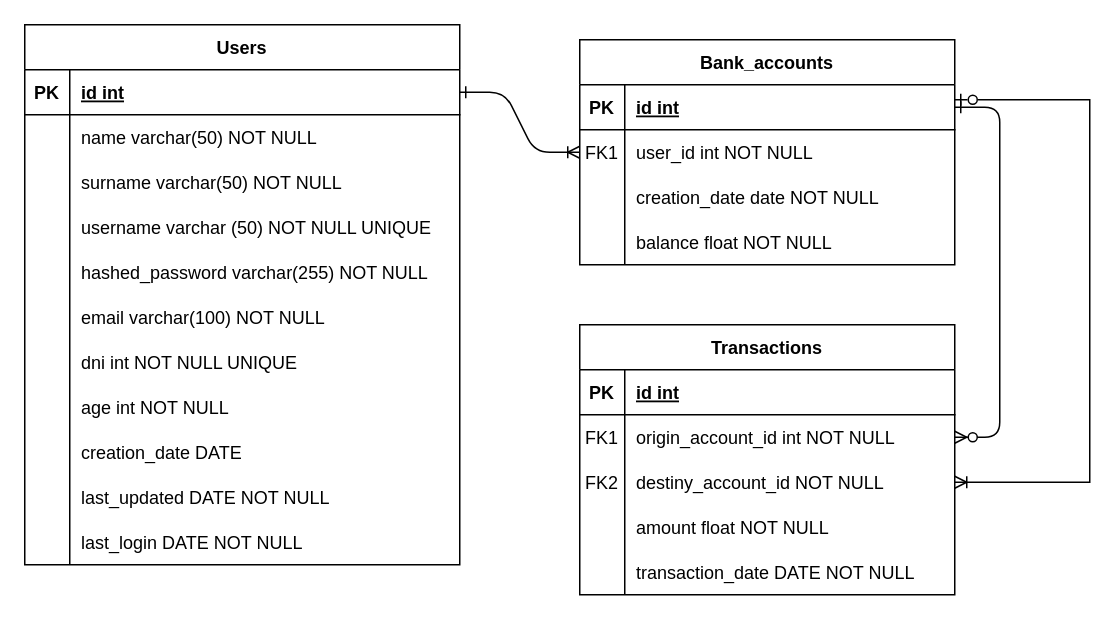
Before: docs/erd_bank.drawio in tomaszbk/fastapi-bank-web-application, a draw.io diagram. Source tidied: cells renumbered, new cells numbered last; positions are measured from the earlier drawing's top-left corner, leaving out a move shared by most shapes. Both pictures are drawn from the tidied source at 150%, with x=0, y=0 at pixel (24, 24).
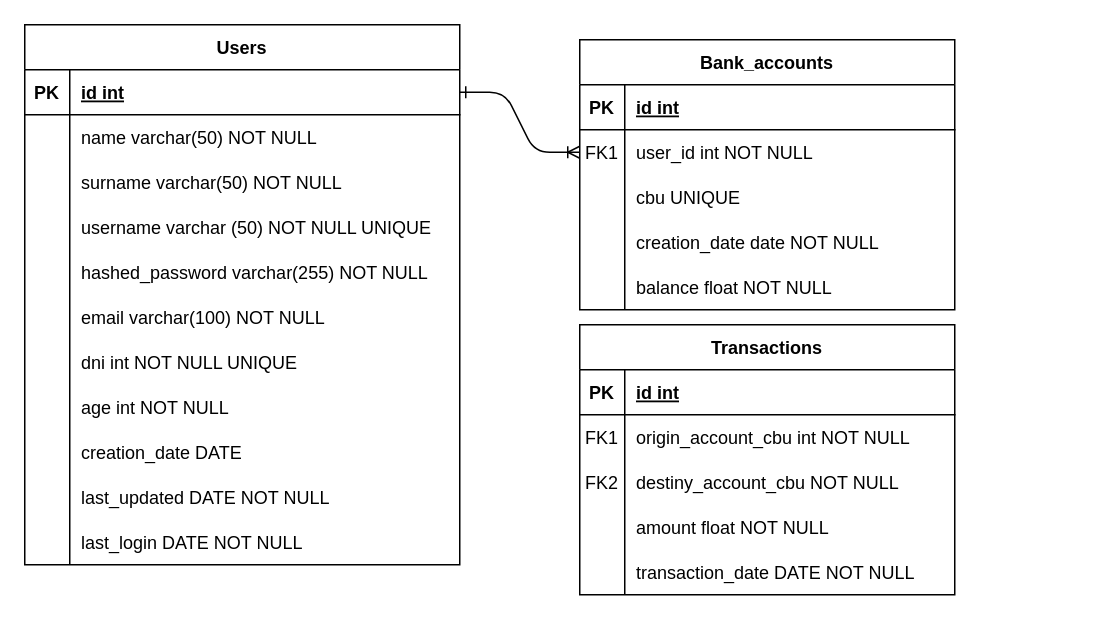
The same page after the edit.

Unchanged cells that the change refers to:
```xml
<mxCell id="5" style="shape=partialRectangle;fillColor=none;points=[[0,0.5],[1,0.5]];portConstraint=eastwest;top=0;left=0;right=0;bottom=1;" parent="4" vertex="1">
  <mxGeometry y="30" width="250" height="30" as="geometry" />
</mxCell>
<mxCell id="21" style="shape=partialRectangle;fillColor=none;points=[[0,0.5],[1,0.5]];portConstraint=eastwest;top=0;left=0;right=0;bottom=0;" parent="17" vertex="1">
  <mxGeometry y="60" width="250" height="30" as="geometry" />
</mxCell>
<mxCell id="24" style="shape=tableRow;horizontal=0;startSize=0;swimlaneHead=0;swimlaneBody=0;fillColor=none;points=[[0,0.5],[1,0.5]];portConstraint=eastwest;top=0;left=0;right=0;bottom=0;" parent="17" vertex="1">
  <mxGeometry y="90" width="250" height="30" as="geometry" />
</mxCell>
```

What changed in the source:
```diff
@@
-    <mxCell id="3" style="edgeStyle=entityRelationEdgeStyle;endArrow=ERzeroToMany;startArrow=ERone;endFill=1;startFill=0;" parent="1" edge="1" source="5" target="21">
-      <mxGeometry relative="1" as="geometry" />
-    </mxCell>
     <mxCell id="4" value="Bank_accounts" style="shape=table;startSize=30;childLayout=tableLayout;rowLines=0;fontStyle=1;align=center;" parent="1" vertex="1">
-      <mxGeometry x="370" y="10" width="250" height="150" as="geometry" />
+      <mxGeometry x="370" y="10" width="250" height="180" as="geometry" />
     </mxCell>
@@
+    <mxCell id="69" style="shape=tableRow;horizontal=0;startSize=0;swimlaneHead=0;swimlaneBody=0;fillColor=none;top=0;left=0;right=0;bottom=0;" parent="4" vertex="1">
+      <mxGeometry y="90" width="250" height="30" as="geometry" />
+    </mxCell>
+    <mxCell id="70" style="shape=partialRectangle;fillColor=none;top=0;left=0;bottom=0;right=0;overflow=hidden;" parent="69" vertex="1">
+      <mxGeometry width="30" height="30" as="geometry" />
+    </mxCell>
+    <mxCell id="71" value="cbu UNIQUE" style="shape=partialRectangle;fillColor=none;top=0;left=0;bottom=0;right=0;align=left;spacingLeft=6;overflow=hidden;" parent="69" vertex="1">
+      <mxGeometry x="30" width="220" height="30" as="geometry" />
+    </mxCell>
     <mxCell id="11" style="shape=partialRectangle;fillColor=none;top=0;left=0;right=0;bottom=0;" parent="4" vertex="1">
-      <mxGeometry y="90" width="250" height="30" as="geometry" />
+      <mxGeometry y="120" width="250" height="30" as="geometry" />
     </mxCell>
@@
     <mxCell id="14" style="shape=tableRow;horizontal=0;startSize=0;swimlaneHead=0;swimlaneBody=0;fillColor=none;top=0;left=0;right=0;bottom=0;" parent="4" vertex="1">
-      <mxGeometry y="120" width="250" height="30" as="geometry" />
+      <mxGeometry y="150" width="250" height="30" as="geometry" />
     </mxCell>
@@
-    <mxCell id="23" value="origin_account_id int NOT NULL" style="shape=partialRectangle;overflow=hidden;fillColor=none;top=0;left=0;bottom=0;right=0;align=left;spacingLeft=6;" parent="21" vertex="1">
+    <mxCell id="23" value="origin_account_cbu int NOT NULL" style="shape=partialRectangle;overflow=hidden;fillColor=none;top=0;left=0;bottom=0;right=0;align=left;spacingLeft=6;" parent="21" vertex="1">
       <mxGeometry x="30" width="220" height="30" as="geometry" />
     </mxCell>
@@
-    <mxCell id="26" value="destiny_account_id NOT NULL" style="shape=partialRectangle;fillColor=none;top=0;left=0;bottom=0;right=0;align=left;spacingLeft=6;overflow=hidden;" parent="24" vertex="1">
+    <mxCell id="26" value="destiny_account_cbu NOT NULL" style="shape=partialRectangle;fillColor=none;top=0;left=0;bottom=0;right=0;align=left;spacingLeft=6;overflow=hidden;" parent="24" vertex="1">
       <mxGeometry x="30" width="220" height="30" as="geometry" />
     </mxCell>
@@
-    <mxCell id="68" style="edgeStyle=orthogonalEdgeStyle;rounded=0;jettySize=auto;html=1;endArrow=ERzeroToOne;endFill=0;startArrow=ERoneToMany;startFill=0;exitX=1;exitY=0.5;exitDx=0;exitDy=0;" parent="1" edge="1" source="24" target="5">
-      <mxGeometry relative="1" as="geometry">
-        <Array as="points">
-          <mxPoint x="710" y="305" />
-          <mxPoint x="710" y="50" />
-        </Array>
-      </mxGeometry>
-    </mxCell>
```
